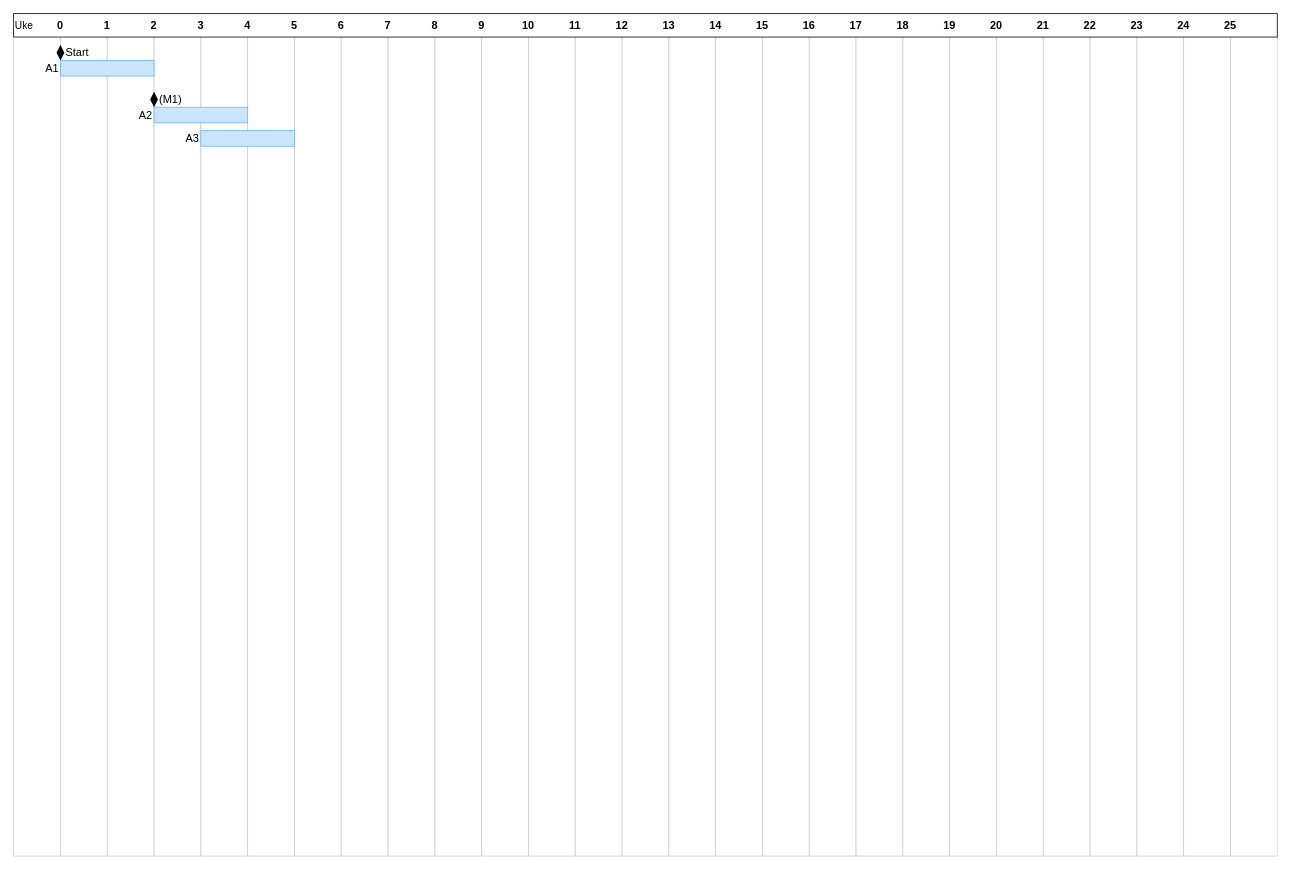
Above: Untitled Diagram.drawio in Beornus/Systemutvikling (draw.io), before the change. Source tidied: cells renumbered, new cells numbered last; positions are measured from the earlier drawing's top-left corner, leaving out a move shared by most shapes. Both pictures are drawn from the tidied source at 78%, with x=0, y=0 at pixel (13, 13).
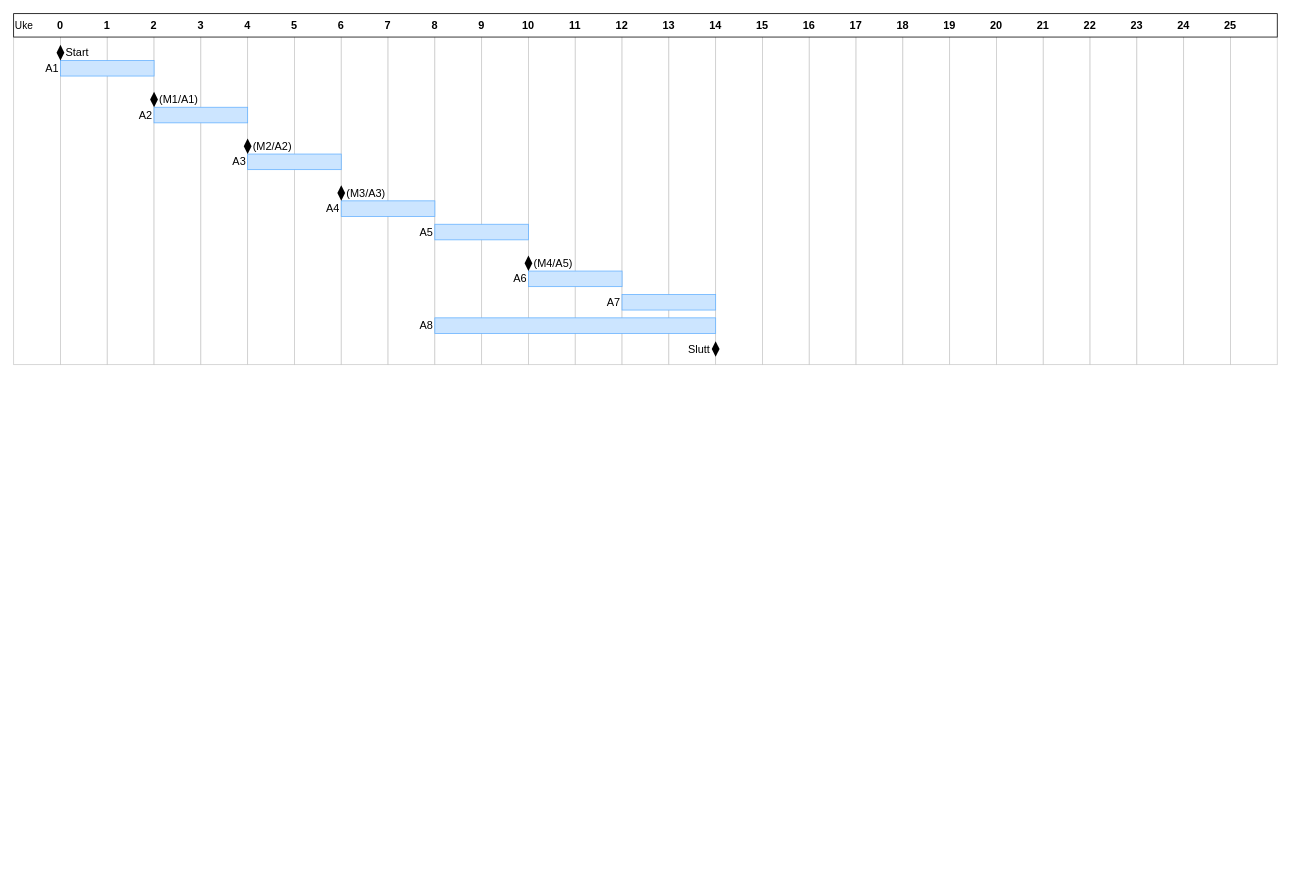
The same diagram, later.

The edit, as a diff of the source:
```diff
@@
     <mxCell id="2" style="align=left;strokeColor=#CCCCCC;html=1;" parent="1" vertex="1">
-      <mxGeometry width="60" height="1080" as="geometry" />
+      <mxGeometry width="60" height="450" as="geometry" />
     </mxCell>
     <mxCell id="3" style="align=left;strokeColor=#CCCCCC;html=1;" parent="1" vertex="1">
-      <mxGeometry x="60" width="60" height="1080" as="geometry" />
+      <mxGeometry x="60" width="60" height="450" as="geometry" />
     </mxCell>
     <mxCell id="4" style="align=left;strokeColor=#CCCCCC;html=1;" parent="1" vertex="1">
-      <mxGeometry x="120" width="60" height="1080" as="geometry" />
+      <mxGeometry x="120" width="60" height="450" as="geometry" />
     </mxCell>
     <mxCell id="5" style="align=left;strokeColor=#CCCCCC;html=1;" parent="1" vertex="1">
-      <mxGeometry x="180" width="60" height="1080" as="geometry" />
+      <mxGeometry x="180" width="60" height="450" as="geometry" />
     </mxCell>
     <mxCell id="6" style="align=left;strokeColor=#CCCCCC;html=1;" parent="1" vertex="1">
-      <mxGeometry x="240" width="60" height="1080" as="geometry" />
+      <mxGeometry x="240" width="60" height="450" as="geometry" />
     </mxCell>
     <mxCell id="7" style="align=left;strokeColor=#CCCCCC;html=1;" parent="1" vertex="1">
-      <mxGeometry x="300" width="60" height="1080" as="geometry" />
+      <mxGeometry x="300" width="60" height="450" as="geometry" />
     </mxCell>
     <mxCell id="8" style="align=left;strokeColor=#CCCCCC;html=1;" parent="1" vertex="1">
-      <mxGeometry x="360" width="60" height="1080" as="geometry" />
+      <mxGeometry x="360" width="60" height="450" as="geometry" />
     </mxCell>
     <mxCell id="9" style="align=left;strokeColor=#CCCCCC;html=1;" parent="1" vertex="1">
-      <mxGeometry x="420" width="60" height="1080" as="geometry" />
+      <mxGeometry x="420" width="60" height="450" as="geometry" />
     </mxCell>
     <mxCell id="10" style="align=left;strokeColor=#CCCCCC;html=1;" parent="1" vertex="1">
-      <mxGeometry x="480" width="60" height="1080" as="geometry" />
+      <mxGeometry x="480" width="60" height="450" as="geometry" />
     </mxCell>
     <mxCell id="11" style="align=left;strokeColor=#CCCCCC;html=1;" parent="1" vertex="1">
-      <mxGeometry x="540" width="60" height="1080" as="geometry" />
+      <mxGeometry x="540" width="60" height="450" as="geometry" />
     </mxCell>
     <mxCell id="12" style="align=left;strokeColor=#CCCCCC;html=1;" parent="1" vertex="1">
-      <mxGeometry x="600" width="60" height="1080" as="geometry" />
+      <mxGeometry x="600" width="60" height="450" as="geometry" />
     </mxCell>
     <mxCell id="13" style="align=left;strokeColor=#CCCCCC;html=1;" parent="1" vertex="1">
-      <mxGeometry x="660" width="60" height="1080" as="geometry" />
+      <mxGeometry x="660" width="60" height="450" as="geometry" />
     </mxCell>
@@
-    <mxCell id="19" value="(M1)" style="text;html=1;strokeColor=none;fillColor=none;align=left;verticalAlign=middle;whiteSpace=wrap;rounded=0;fontSize=14;" parent="1" vertex="1">
+    <mxCell id="19" value="(M1/A1)" style="text;html=1;strokeColor=none;fillColor=none;align=left;verticalAlign=middle;whiteSpace=wrap;rounded=0;fontSize=14;" parent="1" vertex="1">
       <mxGeometry x="185" y="100" width="40" height="20" as="geometry" />
     </mxCell>
@@
-    <mxCell id="21" style="rounded=0;whiteSpace=wrap;html=1;fontSize=14;strokeColor=#66B2FF;fillColor=#CCE5FF;" parent="1" vertex="1">
-      <mxGeometry x="240" y="150" width="120" height="20" as="geometry" />
-    </mxCell>
@@
-    <mxCell id="23" value="A3" style="text;html=1;strokeColor=none;fillColor=none;align=right;verticalAlign=middle;whiteSpace=wrap;rounded=0;fontSize=14;" parent="1" vertex="1">
-      <mxGeometry x="200" y="150" width="40" height="20" as="geometry" />
-    </mxCell>
     <mxCell id="24" style="align=left;strokeColor=#CCCCCC;html=1;" parent="1" vertex="1">
-      <mxGeometry x="720" width="60" height="1080" as="geometry" />
+      <mxGeometry x="720" width="60" height="450" as="geometry" />
     </mxCell>
     <mxCell id="25" style="align=left;strokeColor=#CCCCCC;html=1;" parent="1" vertex="1">
-      <mxGeometry x="780" width="60" height="1080" as="geometry" />
+      <mxGeometry x="780" width="60" height="450" as="geometry" />
     </mxCell>
     <mxCell id="26" style="align=left;strokeColor=#CCCCCC;html=1;" parent="1" vertex="1">
-      <mxGeometry x="840" width="60" height="1080" as="geometry" />
+      <mxGeometry x="840" width="60" height="450" as="geometry" />
     </mxCell>
     <mxCell id="27" style="align=left;strokeColor=#CCCCCC;html=1;" parent="1" vertex="1">
-      <mxGeometry x="900" width="60" height="1080" as="geometry" />
+      <mxGeometry x="900" width="60" height="450" as="geometry" />
     </mxCell>
     <mxCell id="28" style="align=left;strokeColor=#CCCCCC;html=1;" parent="1" vertex="1">
-      <mxGeometry x="960" width="60" height="1080" as="geometry" />
+      <mxGeometry x="960" width="60" height="450" as="geometry" />
     </mxCell>
     <mxCell id="29" style="align=left;strokeColor=#CCCCCC;html=1;" parent="1" vertex="1">
-      <mxGeometry x="1020" width="60" height="1080" as="geometry" />
+      <mxGeometry x="1020" width="60" height="450" as="geometry" />
     </mxCell>
     <mxCell id="30" style="align=left;strokeColor=#CCCCCC;html=1;" parent="1" vertex="1">
-      <mxGeometry x="1080" width="60" height="1080" as="geometry" />
+      <mxGeometry x="1080" width="60" height="450" as="geometry" />
     </mxCell>
     <mxCell id="31" style="align=left;strokeColor=#CCCCCC;html=1;" parent="1" vertex="1">
-      <mxGeometry x="1140" width="60" height="1080" as="geometry" />
+      <mxGeometry x="1140" width="60" height="450" as="geometry" />
     </mxCell>
     <mxCell id="32" style="align=left;strokeColor=#CCCCCC;html=1;" parent="1" vertex="1">
-      <mxGeometry x="1200" width="60" height="1080" as="geometry" />
+      <mxGeometry x="1200" width="60" height="450" as="geometry" />
     </mxCell>
     <mxCell id="33" style="align=left;strokeColor=#CCCCCC;html=1;" parent="1" vertex="1">
-      <mxGeometry x="1260" width="60" height="1080" as="geometry" />
+      <mxGeometry x="1260" width="60" height="450" as="geometry" />
     </mxCell>
     <mxCell id="34" style="align=left;strokeColor=#CCCCCC;html=1;" parent="1" vertex="1">
-      <mxGeometry x="1320" width="60" height="1080" as="geometry" />
+      <mxGeometry x="1320" width="60" height="450" as="geometry" />
     </mxCell>
     <mxCell id="35" style="align=left;strokeColor=#CCCCCC;html=1;fontStyle=1;" parent="1" vertex="1">
-      <mxGeometry x="1380" width="60" height="1080" as="geometry" />
+      <mxGeometry x="1380" width="60" height="450" as="geometry" />
     </mxCell>
     <mxCell id="36" style="align=left;strokeColor=#CCCCCC;html=1;fontStyle=1;" parent="1" vertex="1">
-      <mxGeometry x="1440" width="60" height="1080" as="geometry" />
+      <mxGeometry x="1440" width="60" height="450" as="geometry" />
     </mxCell>
     <mxCell id="37" style="align=left;strokeColor=#CCCCCC;html=1;fontStyle=1;" parent="1" vertex="1">
-      <mxGeometry x="1500" width="60" height="1080" as="geometry" />
+      <mxGeometry x="1500" width="60" height="450" as="geometry" />
     </mxCell>
     <mxCell id="38" style="align=left;strokeColor=#CCCCCC;html=1;fontStyle=1;" parent="1" vertex="1">
-      <mxGeometry x="1560" width="60" height="1080" as="geometry" />
+      <mxGeometry x="1560" width="60" height="450" as="geometry" />
     </mxCell>
@@
+    <mxCell id="66" style="rounded=0;whiteSpace=wrap;html=1;fontSize=14;strokeColor=#66B2FF;fillColor=#CCE5FF;" parent="1" vertex="1">
+      <mxGeometry x="300" y="180" width="120" height="20" as="geometry" />
+    </mxCell>
+    <mxCell id="67" value="(M2/A2)" style="text;html=1;strokeColor=none;fillColor=none;align=left;verticalAlign=middle;whiteSpace=wrap;rounded=0;fontSize=14;" parent="1" vertex="1">
+      <mxGeometry x="305" y="160" width="40" height="20" as="geometry" />
+    </mxCell>
+    <mxCell id="68" style="rhombus;whiteSpace=wrap;html=1;fontSize=14;fillColor=#000000;strokeColor=none;" parent="1" vertex="1">
+      <mxGeometry x="295" y="160" width="10" height="20" as="geometry" />
+    </mxCell>
+    <mxCell id="23" value="A3" style="text;html=1;strokeColor=none;fillColor=none;align=right;verticalAlign=middle;whiteSpace=wrap;rounded=0;fontSize=14;" parent="1" vertex="1">
+      <mxGeometry x="260" y="180" width="40" height="20" as="geometry" />
+    </mxCell>
+    <mxCell id="69" style="rounded=0;whiteSpace=wrap;html=1;fontSize=14;strokeColor=#66B2FF;fillColor=#CCE5FF;" parent="1" vertex="1">
+      <mxGeometry x="420" y="240" width="120" height="20" as="geometry" />
+    </mxCell>
+    <mxCell id="70" value="(M3/A3)" style="text;html=1;strokeColor=none;fillColor=none;align=left;verticalAlign=middle;whiteSpace=wrap;rounded=0;fontSize=14;" parent="1" vertex="1">
+      <mxGeometry x="425" y="220" width="40" height="20" as="geometry" />
+    </mxCell>
+    <mxCell id="71" style="rhombus;whiteSpace=wrap;html=1;fontSize=14;fillColor=#000000;strokeColor=none;" parent="1" vertex="1">
+      <mxGeometry x="415" y="220" width="10" height="20" as="geometry" />
+    </mxCell>
+    <mxCell id="72" value="A4" style="text;html=1;strokeColor=none;fillColor=none;align=right;verticalAlign=middle;whiteSpace=wrap;rounded=0;fontSize=14;" parent="1" vertex="1">
+      <mxGeometry x="380" y="240" width="40" height="20" as="geometry" />
+    </mxCell>
+    <mxCell id="73" style="rounded=0;whiteSpace=wrap;html=1;fontSize=14;strokeColor=#66B2FF;fillColor=#CCE5FF;" parent="1" vertex="1">
+      <mxGeometry x="540" y="270" width="120" height="20" as="geometry" />
+    </mxCell>
+    <mxCell id="74" value="A5" style="text;html=1;strokeColor=none;fillColor=none;align=right;verticalAlign=middle;whiteSpace=wrap;rounded=0;fontSize=14;" parent="1" vertex="1">
+      <mxGeometry x="500" y="270" width="40" height="20" as="geometry" />
+    </mxCell>
+    <mxCell id="75" style="rounded=0;whiteSpace=wrap;html=1;fontSize=14;strokeColor=#66B2FF;fillColor=#CCE5FF;" parent="1" vertex="1">
+      <mxGeometry x="660" y="330" width="120" height="20" as="geometry" />
+    </mxCell>
+    <mxCell id="76" value="(M4/A5)" style="text;html=1;strokeColor=none;fillColor=none;align=left;verticalAlign=middle;whiteSpace=wrap;rounded=0;fontSize=14;" parent="1" vertex="1">
+      <mxGeometry x="665" y="310" width="40" height="20" as="geometry" />
+    </mxCell>
+    <mxCell id="77" style="rhombus;whiteSpace=wrap;html=1;fontSize=14;fillColor=#000000;strokeColor=none;" parent="1" vertex="1">
+      <mxGeometry x="655" y="310" width="10" height="20" as="geometry" />
+    </mxCell>
+    <mxCell id="78" value="A6" style="text;html=1;strokeColor=none;fillColor=none;align=right;verticalAlign=middle;whiteSpace=wrap;rounded=0;fontSize=14;" parent="1" vertex="1">
+      <mxGeometry x="620" y="330" width="40" height="20" as="geometry" />
+    </mxCell>
+    <mxCell id="79" style="rounded=0;whiteSpace=wrap;html=1;fontSize=14;strokeColor=#66B2FF;fillColor=#CCE5FF;" parent="1" vertex="1">
+      <mxGeometry x="780" y="360" width="120" height="20" as="geometry" />
+    </mxCell>
+    <mxCell id="80" value="A7" style="text;html=1;strokeColor=none;fillColor=none;align=right;verticalAlign=middle;whiteSpace=wrap;rounded=0;fontSize=14;" parent="1" vertex="1">
+      <mxGeometry x="740" y="360" width="40" height="20" as="geometry" />
+    </mxCell>
+    <mxCell id="81" style="rounded=0;whiteSpace=wrap;html=1;fontSize=14;strokeColor=#66B2FF;fillColor=#CCE5FF;" parent="1" vertex="1">
+      <mxGeometry x="540" y="390" width="360" height="20" as="geometry" />
+    </mxCell>
+    <mxCell id="82" value="A8" style="text;html=1;strokeColor=none;fillColor=none;align=right;verticalAlign=middle;whiteSpace=wrap;rounded=0;fontSize=14;" parent="1" vertex="1">
+      <mxGeometry x="500" y="390" width="40" height="20" as="geometry" />
+    </mxCell>
+    <mxCell id="83" value="Slutt" style="text;html=1;strokeColor=none;fillColor=none;align=right;verticalAlign=middle;whiteSpace=wrap;rounded=0;fontSize=14;" parent="1" vertex="1">
+      <mxGeometry x="855" y="420" width="40" height="20" as="geometry" />
+    </mxCell>
+    <mxCell id="84" style="rhombus;whiteSpace=wrap;html=1;fontSize=14;fillColor=#000000;strokeColor=none;" parent="1" vertex="1">
+      <mxGeometry x="895" y="420" width="10" height="20" as="geometry" />
+    </mxCell>
```
